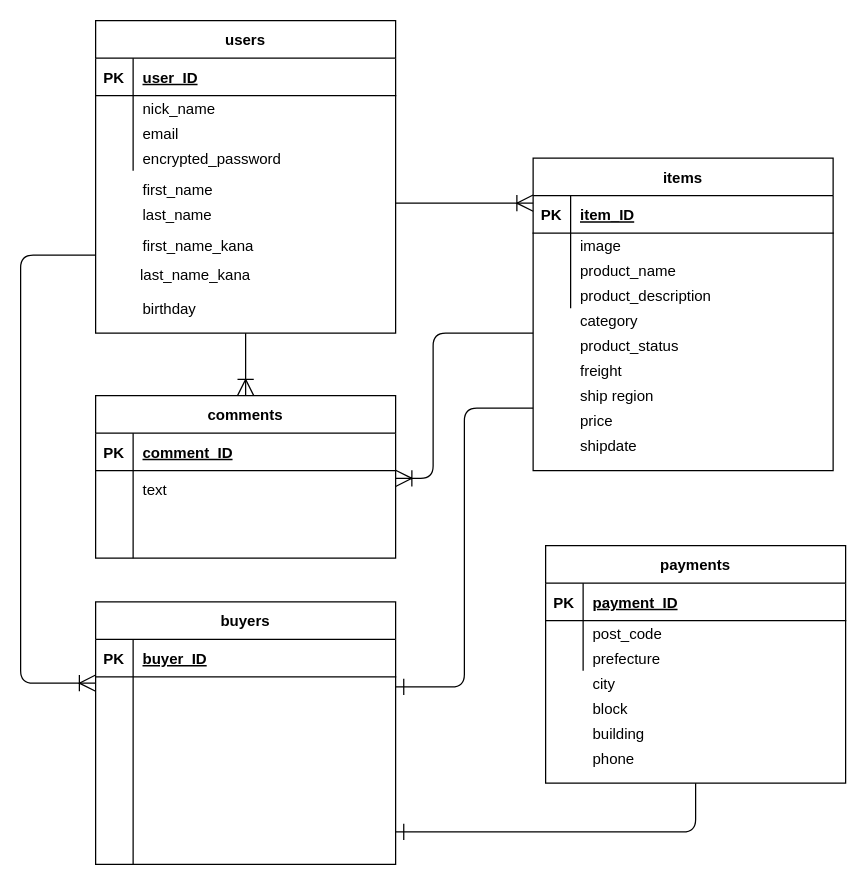
Earlier version of the draw.io diagram ER.dio (matsu006007/furima-33508). Source tidied: cells renumbered, new cells numbered last; positions are measured from the earlier drawing's top-left corner, leaving out a move shared by most shapes. Both pictures are drawn from the tidied source at 125%, with x=0, y=0 at pixel (20, 20).
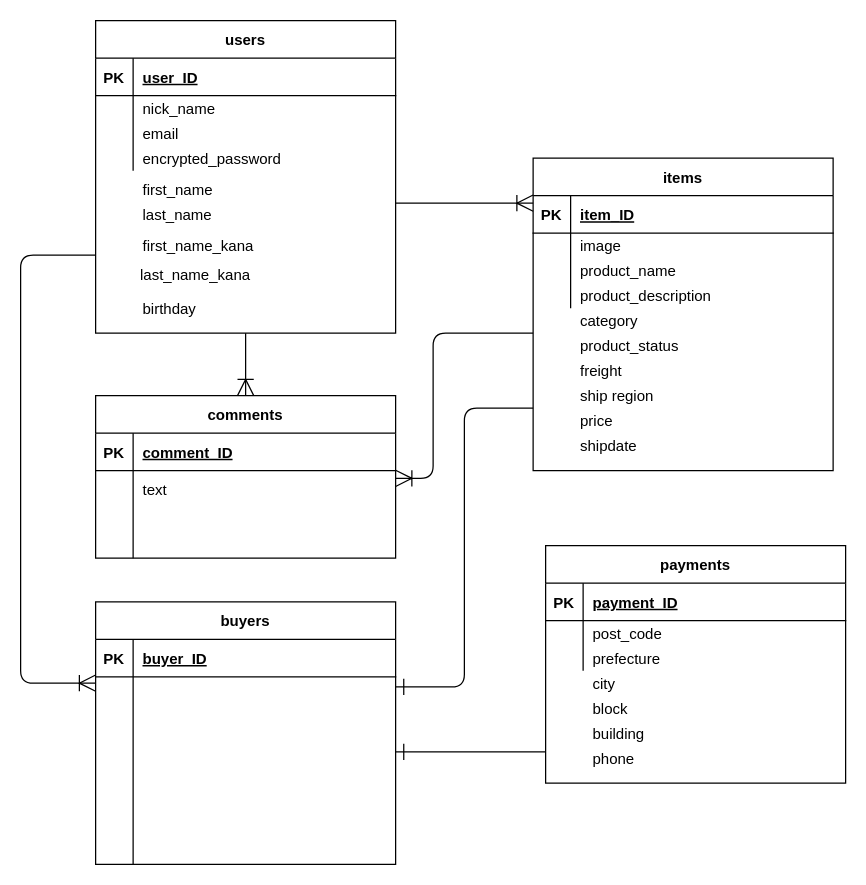
The same page after the edit.

Commit message (it also covers changes not shown here):
DB設計　修正③

Unchanged cells that the change refers to:
```xml
<mxCell id="52" value="payments" style="shape=table;startSize=30;childLayout=tableLayout;rowLines=0;fontStyle=1;align=center;" parent="1" vertex="1">
  <mxGeometry x="420" y="420" width="240" height="190" as="geometry" />
</mxCell>
<mxCell id="70" style="shape=partialRectangle;fillColor=none;top=0;left=0;bottom=0;right=0;points=[[0,0.5],[1,0.5]];portConstraint=eastwest;" parent="66" vertex="1">
  <mxGeometry y="60" width="240" height="120" as="geometry" />
</mxCell>
```

The edit, as a diff of the source:
```diff
@@
-    <mxCell id="78" style="edgeStyle=orthogonalEdgeStyle;fontSize=12;html=1;endArrow=ERone;endFill=1;endSize=11;startSize=11;exitX=0.5;exitY=1;exitDx=0;exitDy=0;" parent="1" edge="1" source="52">
-      <mxGeometry relative="1" as="geometry">
-        <mxPoint x="300" y="649" as="targetPoint" />
-        <Array as="points">
-          <mxPoint x="540" y="649" />
-        </Array>
-      </mxGeometry>
-    </mxCell>
@@
+    <mxCell id="82" style="fontSize=12;html=1;endArrow=ERone;endFill=1;entryX=1;entryY=0.5;entryDx=0;entryDy=0;endSize=11;startSize=11;" parent="1" edge="1" target="70">
+      <mxGeometry relative="1" as="geometry">
+        <mxPoint x="420" y="585" as="sourcePoint" />
+      </mxGeometry>
+    </mxCell>
```
